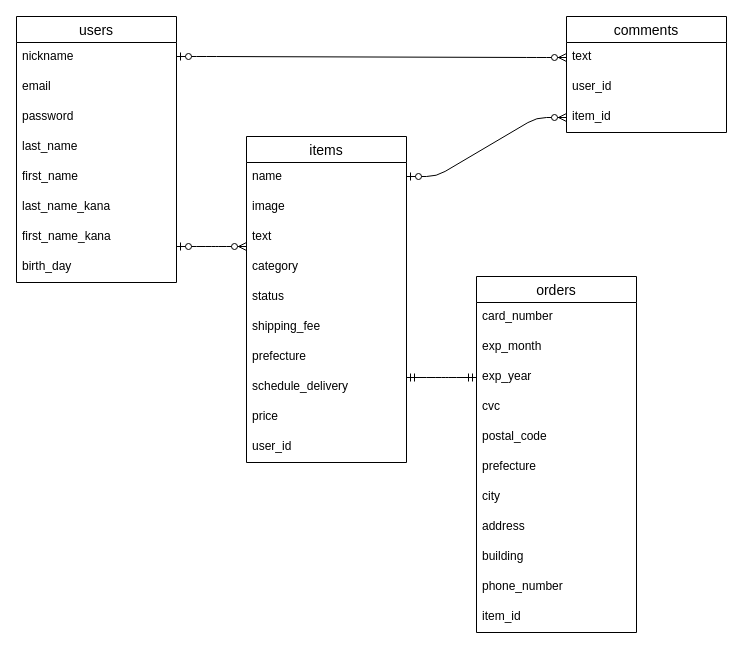
Earlier version of the draw.io diagram furima.dio (pii-programmer/furima-35568). Source tidied: cells renumbered, new cells numbered last; positions are measured from the earlier drawing's top-left corner, leaving out a move shared by most shapes. Both pictures are drawn from the tidied source at 100%, with x=0, y=0 at pixel (16, 16).
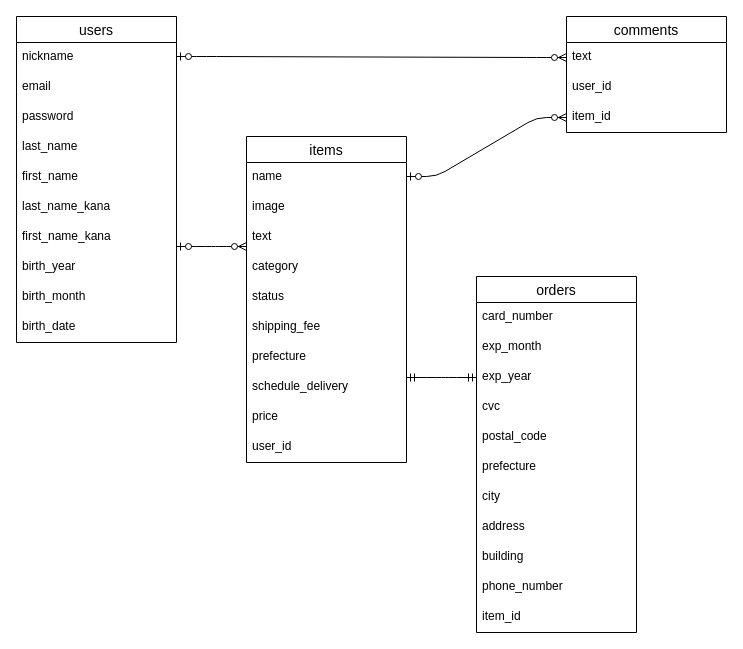
The same diagram, later.

Commit message (it also covers changes not shown here):
【自己修正】ER図・README

Change to the diagram source:
```diff
@@
     <mxCell id="2" value="users" style="swimlane;fontStyle=0;horizontal=1;startSize=26;align=center;fontSize=14;" parent="1" vertex="1">
-      <mxGeometry width="160" height="266" as="geometry" />
+      <mxGeometry width="160" height="326" as="geometry" />
     </mxCell>
@@
+    <mxCell id="42" value="birth_year" style="text;strokeColor=none;fillColor=none;spacingLeft=4;spacingRight=4;overflow=hidden;fontSize=12;" parent="2" vertex="1">
+      <mxGeometry y="236" width="160" height="30" as="geometry" />
+    </mxCell>
+    <mxCell id="43" value="birth_month" style="text;strokeColor=none;fillColor=none;spacingLeft=4;spacingRight=4;overflow=hidden;fontSize=12;" parent="2" vertex="1">
+      <mxGeometry y="266" width="160" height="30" as="geometry" />
+    </mxCell>
-    <mxCell id="10" value="birth_day" style="text;strokeColor=none;fillColor=none;spacingLeft=4;spacingRight=4;overflow=hidden;fontSize=12;" parent="2" vertex="1">
-      <mxGeometry y="236" width="160" height="30" as="geometry" />
+    <mxCell id="10" value="birth_date" style="text;strokeColor=none;fillColor=none;spacingLeft=4;spacingRight=4;overflow=hidden;fontSize=12;" parent="2" vertex="1">
+      <mxGeometry y="296" width="160" height="30" as="geometry" />
     </mxCell>
```
